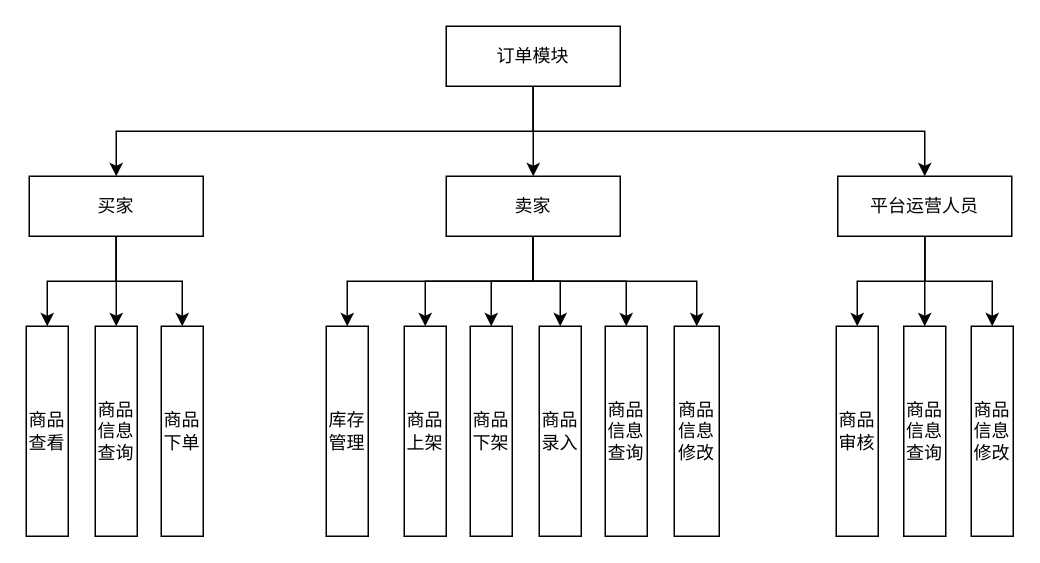
Earlier version of the draw.io diagram 5-9订单模块功能图.drawio (Joker-5/drawio-repo). Source tidied: cells renumbered, new cells numbered last; positions are measured from the earlier drawing's top-left corner, leaving out a move shared by most shapes. Both pictures are drawn from the tidied source at 150%, with x=0, y=0 at pixel (26, 26).
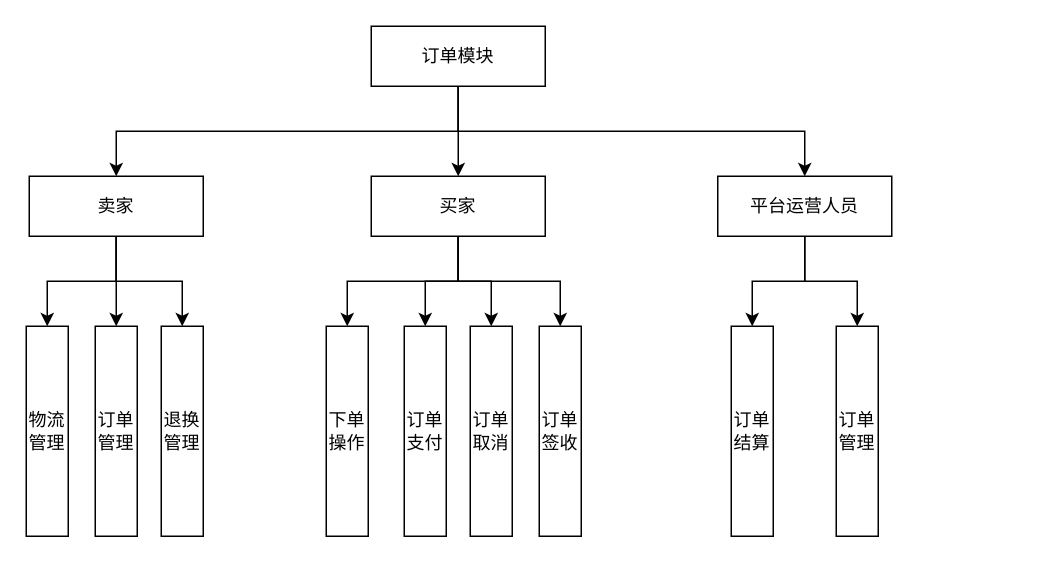
The same diagram, later.

Commit message:
更新5-9订单模块功能图.drawio

What changed in the source:
```diff
@@
     <mxCell id="5" value="订单模块" style="rounded=0;whiteSpace=wrap;html=1;" parent="1" vertex="1">
-      <mxGeometry x="280" width="116" height="40" as="geometry" />
+      <mxGeometry x="230" width="116" height="40" as="geometry" />
     </mxCell>
@@
-    <mxCell id="9" value="买家" style="rounded=0;whiteSpace=wrap;html=1;" parent="1" vertex="1">
+    <mxCell id="9" value="卖家" style="rounded=0;whiteSpace=wrap;html=1;" parent="1" vertex="1">
       <mxGeometry x="2" y="100" width="116" height="40" as="geometry" />
     </mxCell>
@@
-    <mxCell id="11" style="edgeStyle=orthogonalEdgeStyle;rounded=0;jettySize=auto;html=1;exitX=0.5;exitY=1;exitDx=0;exitDy=0;entryX=0.5;entryY=0;entryDx=0;entryDy=0;" parent="1" edge="1" source="16" target="28">
-      <mxGeometry relative="1" as="geometry" />
-    </mxCell>
-    <mxCell id="12" style="edgeStyle=orthogonalEdgeStyle;rounded=0;jettySize=auto;html=1;exitX=0.5;exitY=1;exitDx=0;exitDy=0;" parent="1" edge="1" source="16" target="29">
-      <mxGeometry relative="1" as="geometry" />
-    </mxCell>
@@
-    <mxCell id="16" value="卖家" style="rounded=0;whiteSpace=wrap;html=1;" parent="1" vertex="1">
-      <mxGeometry x="280" y="100" width="116" height="40" as="geometry" />
+    <mxCell id="16" value="买家" style="rounded=0;whiteSpace=wrap;html=1;" parent="1" vertex="1">
+      <mxGeometry x="230" y="100" width="116" height="40" as="geometry" />
     </mxCell>
-    <mxCell id="17" style="edgeStyle=orthogonalEdgeStyle;rounded=0;jettySize=auto;html=1;exitX=0.5;exitY=1;exitDx=0;exitDy=0;entryX=0.5;entryY=0;entryDx=0;entryDy=0;" parent="1" edge="1" source="20" target="31">
-      <mxGeometry relative="1" as="geometry" />
-    </mxCell>
@@
     <mxCell id="20" value="平台运营人员" style="rounded=0;whiteSpace=wrap;html=1;" parent="1" vertex="1">
-      <mxGeometry x="541" y="100" width="116" height="40" as="geometry" />
+      <mxGeometry x="461" y="100" width="116" height="40" as="geometry" />
     </mxCell>
-    <mxCell id="21" value="商品查看" style="rounded=0;whiteSpace=wrap;html=1;align=center;" parent="1" vertex="1">
+    <mxCell id="21" value="物流管理" style="rounded=0;whiteSpace=wrap;html=1;align=center;" parent="1" vertex="1">
       <mxGeometry y="200" width="28" height="140" as="geometry" />
     </mxCell>
-    <mxCell id="22" value="商品信息查询" style="rounded=0;whiteSpace=wrap;html=1;align=center;horizontal=1;verticalAlign=middle;" parent="1" vertex="1">
+    <mxCell id="22" value="订单管理" style="rounded=0;whiteSpace=wrap;html=1;align=center;horizontal=1;verticalAlign=middle;" parent="1" vertex="1">
       <mxGeometry x="46" y="200" width="28" height="140" as="geometry" />
     </mxCell>
-    <mxCell id="23" value="商品下单" style="rounded=0;whiteSpace=wrap;html=1;align=center;labelPosition=center;verticalLabelPosition=middle;verticalAlign=middle;horizontal=1;" parent="1" vertex="1">
+    <mxCell id="23" value="退换管理" style="rounded=0;whiteSpace=wrap;html=1;align=center;labelPosition=center;verticalLabelPosition=middle;verticalAlign=middle;horizontal=1;" parent="1" vertex="1">
       <mxGeometry x="90" y="200" width="28" height="140" as="geometry" />
     </mxCell>
-    <mxCell id="24" value="库存管理" style="rounded=0;whiteSpace=wrap;html=1;align=center;horizontal=1;verticalAlign=middle;" parent="1" vertex="1">
+    <mxCell id="24" value="下单操作" style="rounded=0;whiteSpace=wrap;html=1;align=center;horizontal=1;verticalAlign=middle;" parent="1" vertex="1">
       <mxGeometry x="200" y="200" width="28" height="140" as="geometry" />
     </mxCell>
-    <mxCell id="25" value="商品上架" style="rounded=0;whiteSpace=wrap;html=1;align=center;labelPosition=center;verticalLabelPosition=middle;verticalAlign=middle;horizontal=1;" parent="1" vertex="1">
+    <mxCell id="25" value="订单支付" style="rounded=0;whiteSpace=wrap;html=1;align=center;labelPosition=center;verticalLabelPosition=middle;verticalAlign=middle;horizontal=1;" parent="1" vertex="1">
       <mxGeometry x="252" y="200" width="28" height="140" as="geometry" />
     </mxCell>
-    <mxCell id="26" value="商品下架" style="rounded=0;whiteSpace=wrap;html=1;align=center;labelPosition=center;verticalLabelPosition=middle;verticalAlign=middle;horizontal=1;" parent="1" vertex="1">
+    <mxCell id="26" value="订单取消" style="rounded=0;whiteSpace=wrap;html=1;align=center;labelPosition=center;verticalLabelPosition=middle;verticalAlign=middle;horizontal=1;" parent="1" vertex="1">
       <mxGeometry x="296" y="200" width="28" height="140" as="geometry" />
     </mxCell>
-    <mxCell id="27" value="商品录入" style="rounded=0;whiteSpace=wrap;html=1;align=center;" parent="1" vertex="1">
+    <mxCell id="27" value="订单签收" style="rounded=0;whiteSpace=wrap;html=1;align=center;" parent="1" vertex="1">
       <mxGeometry x="342" y="200" width="28" height="140" as="geometry" />
     </mxCell>
-    <mxCell id="28" value="商品信息查询" style="rounded=0;whiteSpace=wrap;html=1;align=center;horizontal=1;verticalAlign=middle;" parent="1" vertex="1">
-      <mxGeometry x="386" y="200" width="28" height="140" as="geometry" />
-    </mxCell>
-    <mxCell id="29" value="商品信息修改" style="rounded=0;whiteSpace=wrap;html=1;align=center;labelPosition=center;verticalLabelPosition=middle;verticalAlign=middle;horizontal=1;" parent="1" vertex="1">
-      <mxGeometry x="432" y="200" width="30" height="140" as="geometry" />
-    </mxCell>
-    <mxCell id="30" value="商品审核" style="rounded=0;whiteSpace=wrap;html=1;align=center;" parent="1" vertex="1">
-      <mxGeometry x="540" y="200" width="28" height="140" as="geometry" />
+    <mxCell id="30" value="订单结算" style="rounded=0;whiteSpace=wrap;html=1;align=center;" parent="1" vertex="1">
+      <mxGeometry x="470" y="200" width="28" height="140" as="geometry" />
     </mxCell>
-    <mxCell id="31" value="商品信息查询" style="rounded=0;whiteSpace=wrap;html=1;align=center;horizontal=1;verticalAlign=middle;" parent="1" vertex="1">
-      <mxGeometry x="585" y="200" width="28" height="140" as="geometry" />
-    </mxCell>
-    <mxCell id="32" value="商品信息修改" style="rounded=0;whiteSpace=wrap;html=1;align=center;labelPosition=center;verticalLabelPosition=middle;verticalAlign=middle;horizontal=1;" parent="1" vertex="1">
-      <mxGeometry x="630" y="200" width="28" height="140" as="geometry" />
+    <mxCell id="32" value="订单管理" style="rounded=0;whiteSpace=wrap;html=1;align=center;labelPosition=center;verticalLabelPosition=middle;verticalAlign=middle;horizontal=1;" parent="1" vertex="1">
+      <mxGeometry x="540" y="200" width="28" height="140" as="geometry" />
     </mxCell>
```
